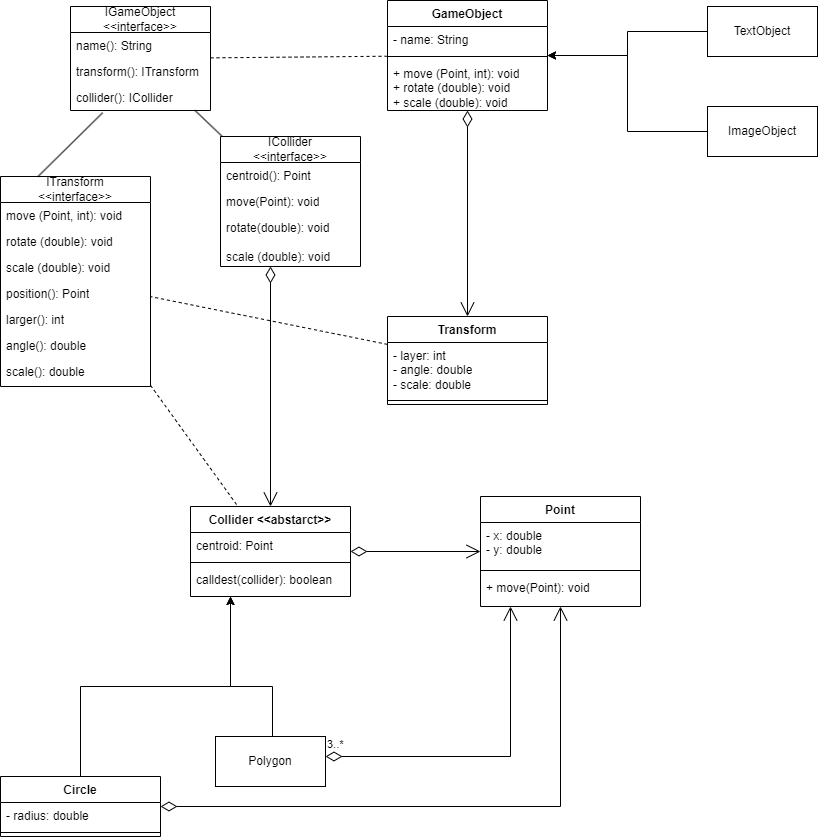
This is PROJ.png from ricardoorodriguess/BurgerMan, a draw.io export, as it was before one commit. Source tidied: cells renumbered, new cells last; positions are measured from the earlier drawing's top-left corner, leaving out a move shared by most shapes.
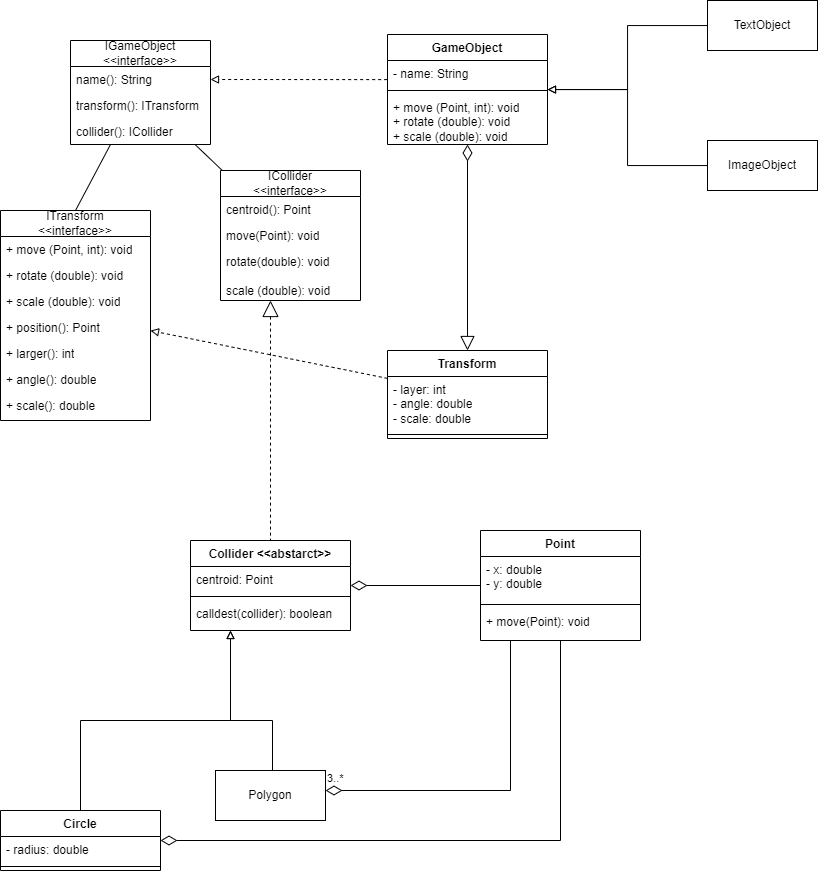
Later version of the same file.

Commit message:
ATT UML

Change to the diagram source:
```diff
@@ -14,13 +14,13 @@
     <mxCell id="5" value="+ move (Point, int): void&lt;div&gt;+ rotate (double): void&lt;/div&gt;&lt;div&gt;+ scale (double): void&lt;/div&gt;" style="text;strokeColor=none;fillColor=none;align=left;verticalAlign=top;spacingLeft=4;spacingRight=4;overflow=hidden;whiteSpace=wrap;html=1;" parent="2" vertex="1">
       <mxGeometry y="60" width="160" height="50" as="geometry" />
     </mxCell>
-    <mxCell id="6" style="edgeStyle=orthogonalEdgeStyle;rounded=0;jettySize=auto;html=1;" parent="1" edge="1" source="7" target="2">
+    <mxCell id="6" style="edgeStyle=orthogonalEdgeStyle;rounded=0;jettySize=auto;html=1;endArrow=block;endFill=0;" parent="1" edge="1" source="7" target="2">
       <mxGeometry relative="1" as="geometry" />
     </mxCell>
     <mxCell id="7" value="TextObject" style="html=1;whiteSpace=wrap;" parent="1" vertex="1">
-      <mxGeometry x="707" y="6" width="110" height="50" as="geometry" />
+      <mxGeometry x="707" y="-34" width="110" height="50" as="geometry" />
     </mxCell>
-    <mxCell id="8" style="edgeStyle=orthogonalEdgeStyle;rounded=0;jettySize=auto;html=1;" parent="1" edge="1" source="9" target="2">
+    <mxCell id="8" style="edgeStyle=orthogonalEdgeStyle;rounded=0;jettySize=auto;html=1;startArrow=none;startFill=0;endArrow=block;endFill=0;" parent="1" edge="1" source="9" target="2">
       <mxGeometry relative="1" as="geometry" />
     </mxCell>
     <mxCell id="9" value="ImageObject" style="html=1;whiteSpace=wrap;" parent="1" vertex="1">
@@ -50,7 +50,7 @@
     <mxCell id="17" value="collider(): ICollider" style="text;strokeColor=none;fillColor=none;align=left;verticalAlign=top;spacingLeft=4;spacingRight=4;overflow=hidden;points=[[0,0.5],[1,0.5]];portConstraint=eastwest;whiteSpace=wrap;html=1;" parent="14" vertex="1">
       <mxGeometry y="78" width="140" height="26" as="geometry" />
     </mxCell>
-    <mxCell id="18" style="endArrow=none;dashed=1;html=1;rounded=0;" parent="1" edge="1" source="2" target="14">
+    <mxCell id="18" style="endArrow=block;dashed=1;html=1;rounded=0;startArrow=none;startFill=0;endFill=0;entryX=1;entryY=0.5;entryDx=0;entryDy=0;exitX=-0.002;exitY=0.735;exitDx=0;exitDy=0;exitPerimeter=0;" parent="1" edge="1" source="3" target="15">
       <mxGeometry relative="1" as="geometry" />
     </mxCell>
     <mxCell id="19" style="group;" parent="1" vertex="1">
@@ -59,25 +59,25 @@
     <mxCell id="20" value="ITransform&lt;br&gt;&amp;lt;&amp;lt;interface&amp;gt;&amp;gt;" style="swimlane;fontStyle=0;horizontal=1;startSize=26;fillColor=none;whiteSpace=wrap;html=1;" parent="19" vertex="1">
       <mxGeometry width="150" height="210" as="geometry" />
     </mxCell>
-    <mxCell id="21" value="move (Point, int): void" style="text;strokeColor=none;fillColor=none;align=left;verticalAlign=top;spacingLeft=4;spacingRight=4;overflow=hidden;whiteSpace=wrap;html=1;" parent="20" vertex="1">
+    <mxCell id="21" value="+ move (Point, int): void" style="text;strokeColor=none;fillColor=none;align=left;verticalAlign=top;spacingLeft=4;spacingRight=4;overflow=hidden;whiteSpace=wrap;html=1;" parent="20" vertex="1">
       <mxGeometry y="26" width="150" height="26" as="geometry" />
     </mxCell>
-    <mxCell id="22" value="rotate (double): void" style="text;strokeColor=none;fillColor=none;align=left;verticalAlign=top;spacingLeft=4;spacingRight=4;overflow=hidden;whiteSpace=wrap;html=1;" parent="20" vertex="1">
+    <mxCell id="22" value="+ rotate (double): void" style="text;strokeColor=none;fillColor=none;align=left;verticalAlign=top;spacingLeft=4;spacingRight=4;overflow=hidden;whiteSpace=wrap;html=1;" parent="20" vertex="1">
       <mxGeometry y="52" width="150" height="26" as="geometry" />
     </mxCell>
-    <mxCell id="23" value="&lt;div&gt;scale (double): void&lt;/div&gt;" style="text;strokeColor=none;fillColor=none;align=left;verticalAlign=top;spacingLeft=4;spacingRight=4;overflow=hidden;whiteSpace=wrap;html=1;" parent="20" vertex="1">
+    <mxCell id="23" value="&lt;div&gt;+ scale (double): void&lt;/div&gt;" style="text;strokeColor=none;fillColor=none;align=left;verticalAlign=top;spacingLeft=4;spacingRight=4;overflow=hidden;whiteSpace=wrap;html=1;" parent="20" vertex="1">
       <mxGeometry y="78" width="150" height="132" as="geometry" />
     </mxCell>
-    <mxCell id="24" value="position(): Point" style="text;strokeColor=none;fillColor=none;align=left;verticalAlign=top;spacingLeft=4;spacingRight=4;overflow=hidden;whiteSpace=wrap;html=1;" parent="19" vertex="1">
+    <mxCell id="24" value="+ position(): Point" style="text;strokeColor=none;fillColor=none;align=left;verticalAlign=top;spacingLeft=4;spacingRight=4;overflow=hidden;whiteSpace=wrap;html=1;" parent="19" vertex="1">
       <mxGeometry y="104" width="150" height="26" as="geometry" />
     </mxCell>
-    <mxCell id="25" value="larger(): int" style="text;strokeColor=none;fillColor=none;align=left;verticalAlign=top;spacingLeft=4;spacingRight=4;overflow=hidden;whiteSpace=wrap;html=1;" parent="19" vertex="1">
+    <mxCell id="25" value="+ larger(): int" style="text;strokeColor=none;fillColor=none;align=left;verticalAlign=top;spacingLeft=4;spacingRight=4;overflow=hidden;whiteSpace=wrap;html=1;" parent="19" vertex="1">
       <mxGeometry y="130" width="150" height="26" as="geometry" />
     </mxCell>
-    <mxCell id="26" value="angle(): double" style="text;strokeColor=none;fillColor=none;align=left;verticalAlign=top;spacingLeft=4;spacingRight=4;overflow=hidden;whiteSpace=wrap;html=1;" parent="19" vertex="1">
+    <mxCell id="26" value="+ angle(): double" style="text;strokeColor=none;fillColor=none;align=left;verticalAlign=top;spacingLeft=4;spacingRight=4;overflow=hidden;whiteSpace=wrap;html=1;" parent="19" vertex="1">
       <mxGeometry y="156" width="150" height="26" as="geometry" />
     </mxCell>
-    <mxCell id="27" value="scale(): double" style="text;strokeColor=none;fillColor=none;align=left;verticalAlign=top;spacingLeft=4;spacingRight=4;overflow=hidden;whiteSpace=wrap;html=1;" parent="19" vertex="1">
+    <mxCell id="27" value="+ scale(): double" style="text;strokeColor=none;fillColor=none;align=left;verticalAlign=top;spacingLeft=4;spacingRight=4;overflow=hidden;whiteSpace=wrap;html=1;" parent="19" vertex="1">
       <mxGeometry y="182" width="150" height="26" as="geometry" />
     </mxCell>
     <mxCell id="28" value="ICollider&lt;br&gt;&amp;lt;&amp;lt;interface&amp;gt;&amp;gt;" style="swimlane;fontStyle=0;horizontal=1;startSize=26;fillColor=none;whiteSpace=wrap;html=1;" parent="1" vertex="1">
@@ -101,25 +101,24 @@
     <mxCell id="34" style="line;strokeWidth=1;fillColor=none;align=left;verticalAlign=middle;spacingTop=-1;spacingLeft=3;spacingRight=3;labelPosition=right;strokeColor=inherit;" parent="32" vertex="1">
       <mxGeometry y="80" width="160" height="8" as="geometry" />
     </mxCell>
-    <mxCell id="35" style="endArrow=none;html=1;rounded=0;entryX=0.23;entryY=1.085;entryDx=0;entryDy=0;entryPerimeter=0;exitX=0.25;exitY=0;exitDx=0;exitDy=0;" parent="1" edge="1" source="20" target="17">
-      <mxGeometry relative="1" as="geometry" />
+    <mxCell id="35" style="endArrow=none;html=1;rounded=0;exitX=0.5;exitY=0;exitDx=0;exitDy=0;" parent="1" edge="1" source="20">
+      <mxGeometry relative="1" as="geometry">
+        <mxPoint x="110" y="110" as="targetPoint" />
+      </mxGeometry>
     </mxCell>
-    <mxCell id="36" style="endArrow=none;dashed=1;html=1;rounded=0;" parent="1" edge="1" source="32" target="20">
+    <mxCell id="36" style="endArrow=block;dashed=1;html=1;rounded=0;startArrow=none;startFill=0;endFill=0;" parent="1" edge="1" source="32" target="20">
       <mxGeometry relative="1" as="geometry" />
     </mxCell>
     <mxCell id="37" style="endArrow=none;html=1;rounded=0;" parent="1" edge="1" source="28" target="14">
       <mxGeometry relative="1" as="geometry" />
     </mxCell>
-    <mxCell id="38" style="endArrow=open;html=1;endSize=12;startArrow=diamondThin;startSize=14;startFill=0;edgeStyle=orthogonalEdgeStyle;align=left;verticalAlign=bottom;rounded=0;" parent="1" edge="1" source="2" target="32">
+    <mxCell id="38" style="endArrow=block;html=1;endSize=12;startArrow=diamondThin;startSize=14;startFill=0;edgeStyle=orthogonalEdgeStyle;align=left;verticalAlign=bottom;rounded=0;endFill=0;" parent="1" edge="1" source="2" target="32">
       <mxGeometry x="-1" y="3" relative="1" as="geometry" />
     </mxCell>
-    <mxCell id="39" style="endArrow=open;html=1;endSize=12;startArrow=diamondThin;startSize=14;startFill=0;edgeStyle=orthogonalEdgeStyle;align=left;verticalAlign=bottom;rounded=0;" parent="1" edge="1" source="42" target="45">
+    <mxCell id="39" style="endArrow=none;html=1;endSize=12;startArrow=diamondThin;startSize=14;startFill=0;edgeStyle=orthogonalEdgeStyle;align=left;verticalAlign=bottom;rounded=0;endFill=0;" parent="1" edge="1" source="42" target="45">
       <mxGeometry x="-1" y="3" relative="1" as="geometry" />
     </mxCell>
-    <mxCell id="40" style="endArrow=none;dashed=1;html=1;rounded=0;" parent="1" edge="1" source="20" target="10">
-      <mxGeometry relative="1" as="geometry" />
-    </mxCell>
-    <mxCell id="41" style="endArrow=open;html=1;endSize=12;startArrow=diamondThin;startSize=14;startFill=0;edgeStyle=orthogonalEdgeStyle;align=left;verticalAlign=bottom;rounded=0;" parent="1" edge="1" source="10" target="45">
+    <mxCell id="41" style="endArrow=none;html=1;endSize=12;startArrow=diamondThin;startSize=14;startFill=0;edgeStyle=orthogonalEdgeStyle;align=left;verticalAlign=bottom;rounded=0;endFill=0;" parent="1" edge="1" source="10" target="45">
       <mxGeometry x="-1" y="3" relative="1" as="geometry" />
     </mxCell>
     <mxCell id="42" value="Circle" style="swimlane;fontStyle=1;align=center;verticalAlign=top;horizontal=1;startSize=26;whiteSpace=wrap;html=1;" parent="1" vertex="1">
@@ -146,7 +145,7 @@
     <mxCell id="49" value="Polygon" style="html=1;whiteSpace=wrap;" parent="1" vertex="1">
       <mxGeometry x="215" y="736" width="110" height="50" as="geometry" />
     </mxCell>
-    <mxCell id="50" value="3..*" style="endArrow=open;html=1;endSize=12;startArrow=diamondThin;startSize=14;startFill=0;edgeStyle=orthogonalEdgeStyle;align=left;verticalAlign=bottom;rounded=0;" parent="1" edge="1" source="49" target="45">
+    <mxCell id="50" value="3..*" style="endArrow=none;html=1;endSize=12;startArrow=diamondThin;startSize=14;startFill=0;edgeStyle=orthogonalEdgeStyle;align=left;verticalAlign=bottom;rounded=0;endFill=0;" parent="1" edge="1" source="49" target="45">
       <mxGeometry x="-1" y="3" relative="1" as="geometry">
         <Array as="points">
           <mxPoint x="510" y="756" />
@@ -156,7 +155,7 @@
     <mxCell id="51" style="group;" parent="1" vertex="1">
       <mxGeometry x="80" y="686" width="192" as="geometry" />
     </mxCell>
-    <mxCell id="52" style="edgeStyle=orthogonalEdgeStyle;rounded=0;jettySize=auto;html=1;" parent="51" edge="1" source="42" target="10">
+    <mxCell id="52" style="edgeStyle=orthogonalEdgeStyle;rounded=0;jettySize=auto;html=1;endArrow=block;endFill=0;" parent="51" edge="1" source="42" target="10">
       <mxGeometry relative="1" as="geometry">
         <Array as="points">
           <mxPoint />
@@ -164,7 +163,7 @@
         </Array>
       </mxGeometry>
     </mxCell>
-    <mxCell id="53" style="edgeStyle=orthogonalEdgeStyle;rounded=0;jettySize=auto;html=1;" parent="51" edge="1" source="49" target="10">
+    <mxCell id="53" style="edgeStyle=orthogonalEdgeStyle;rounded=0;jettySize=auto;html=1;endArrow=block;endFill=0;" parent="51" edge="1" source="49" target="10">
       <mxGeometry relative="1" as="geometry">
         <Array as="points">
           <mxPoint x="192" />
@@ -172,7 +171,7 @@
         </Array>
       </mxGeometry>
     </mxCell>
-    <mxCell id="54" style="endArrow=open;html=1;endSize=12;startArrow=diamondThin;startSize=14;startFill=0;edgeStyle=orthogonalEdgeStyle;align=left;verticalAlign=bottom;rounded=0;" parent="1" edge="1" source="28" target="10">
+    <mxCell id="54" style="endArrow=none;html=1;endSize=12;startArrow=block;startSize=14;startFill=0;edgeStyle=orthogonalEdgeStyle;align=left;verticalAlign=bottom;rounded=0;endFill=0;dashed=1;" parent="1" edge="1" source="28" target="10">
       <mxGeometry x="-1" y="3" relative="1" as="geometry">
         <Array as="points">
           <mxPoint x="270" y="326" />
```
